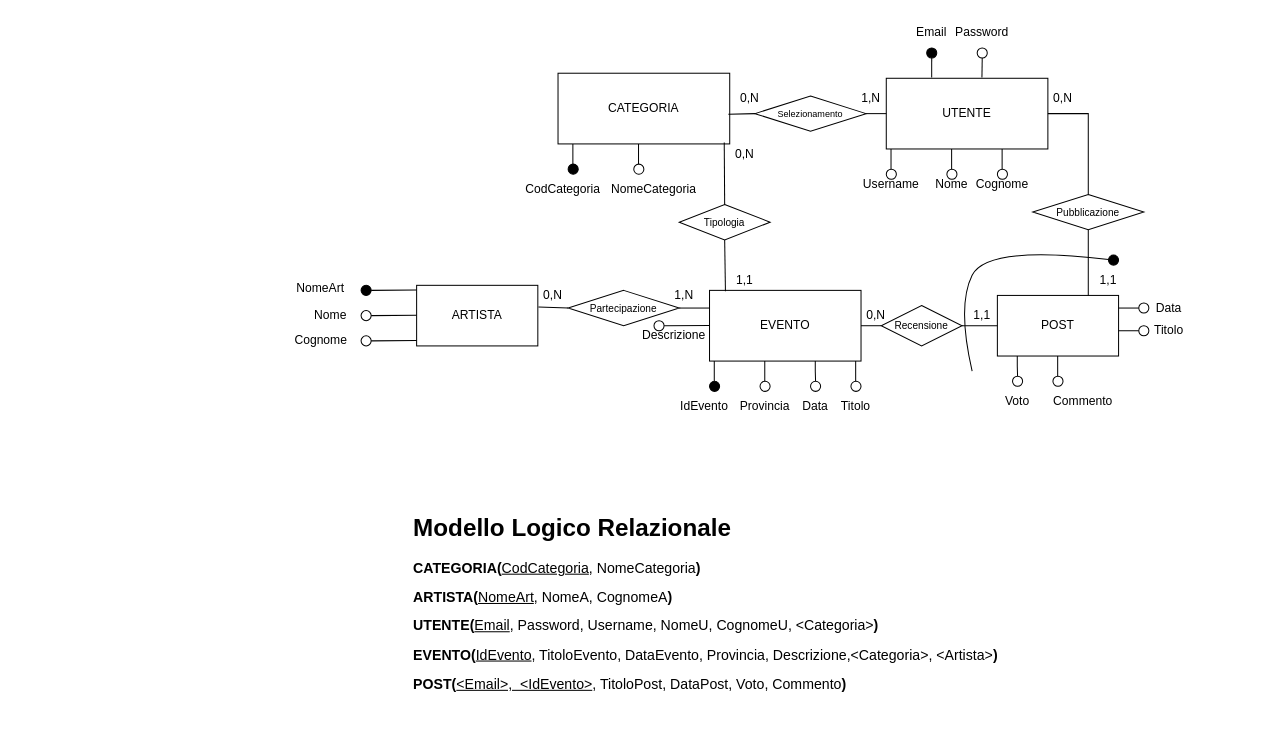
This is UDA_Pianificazione/er.drawio from sac11221/mercuriouda, a draw.io file, before an edit. Source tidied: cells renumbered, new cells numbered last; positions are measured from the earlier drawing's top-left corner, leaving out a move shared by most shapes. Both pictures are drawn from the tidied source at 101%, with x=0, y=0 at pixel (280, 17).
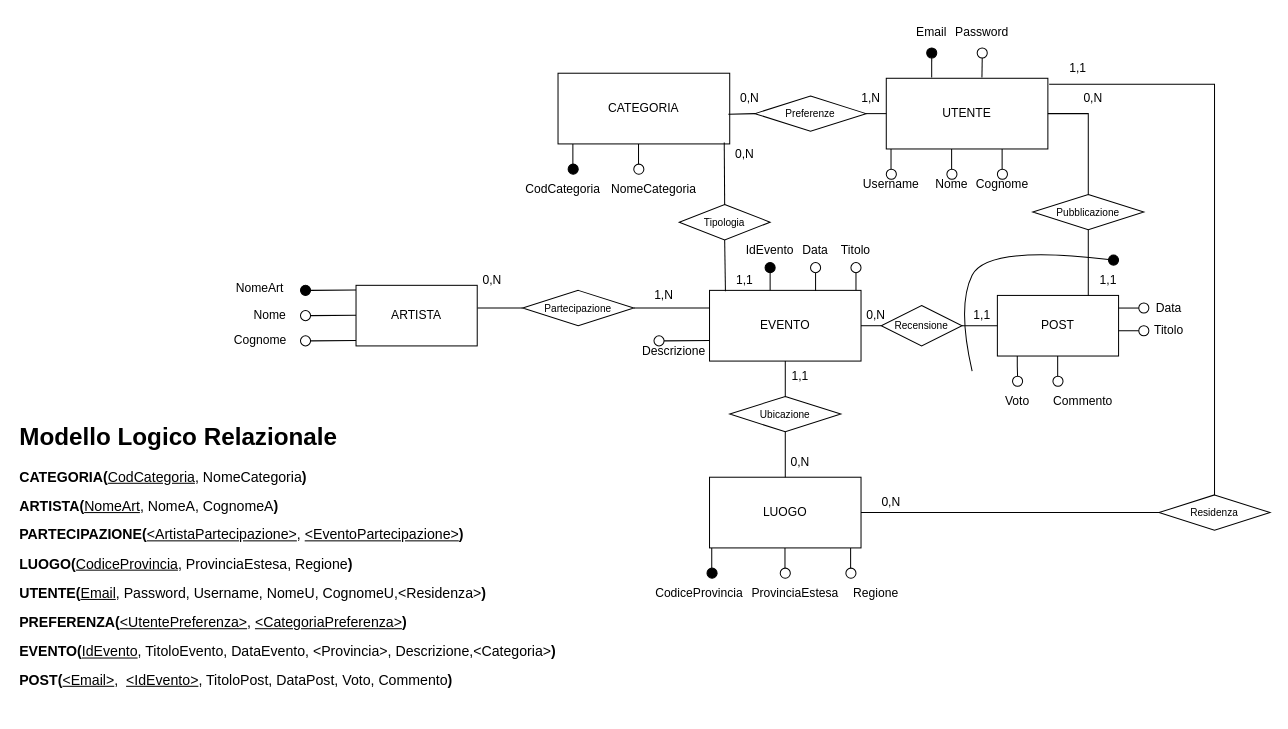
After the change.

Unchanged cells that the change refers to:
```xml
<mxCell id="2" value="EVENTO" style="whiteSpace=wrap;html=1;align=center;" parent="1" vertex="1">
  <mxGeometry x="425" y="270" width="150" height="70" as="geometry" />
</mxCell>
<mxCell id="19" value="UTENTE" style="rounded=0;whiteSpace=wrap;html=1;" parent="1" vertex="1">
  <mxGeometry x="600" y="60" width="160" height="70" as="geometry" />
</mxCell>
```

What changed in the source:
```diff
@@
-    <mxCell id="3" style="endArrow=none;html=1;rounded=0;" parent="1" edge="1">
-      <mxGeometry relative="1" as="geometry">
-        <mxPoint x="479.7" y="360" as="sourcePoint" />
-        <mxPoint x="479.7" y="340" as="targetPoint" />
-        <Array as="points">
-          <mxPoint x="479.7" y="350" />
-        </Array>
-      </mxGeometry>
-    </mxCell>
-    <mxCell id="4" style="ellipse;whiteSpace=wrap;html=1;" parent="1" vertex="1">
-      <mxGeometry x="475" y="360" width="10" height="10" as="geometry" />
-    </mxCell>
-    <mxCell id="5" value="Provincia" style="text;html=1;align=center;verticalAlign=middle;whiteSpace=wrap;rounded=0;" parent="1" vertex="1">
-      <mxGeometry x="450" y="370" width="60" height="30" as="geometry" />
-    </mxCell>
-    <mxCell id="6" style="endArrow=none;html=1;rounded=0;" parent="1" edge="1" source="7">
-      <mxGeometry relative="1" as="geometry">
-        <mxPoint x="529.7" y="340" as="targetPoint" />
-        <Array as="points">
-          <mxPoint x="529.7" y="350" />
-        </Array>
-      </mxGeometry>
+    <mxCell id="6" style="endArrow=none;html=1;rounded=0;entryX=0.7;entryY=0.009;entryDx=0;entryDy=0;entryPerimeter=0;" parent="1" edge="1" source="7" target="2">
+      <mxGeometry relative="1" as="geometry" />
     </mxCell>
     <mxCell id="7" style="ellipse;whiteSpace=wrap;html=1;" parent="1" vertex="1">
-      <mxGeometry x="525" y="360" width="10" height="10" as="geometry" />
+      <mxGeometry x="525" y="242.5" width="10" height="10" as="geometry" />
     </mxCell>
     <mxCell id="8" value="Data" style="text;html=1;align=center;verticalAlign=middle;whiteSpace=wrap;rounded=0;" parent="1" vertex="1">
-      <mxGeometry x="500" y="370" width="60" height="30" as="geometry" />
+      <mxGeometry x="500" y="215" width="60" height="30" as="geometry" />
     </mxCell>
     <mxCell id="9" style="endArrow=none;html=1;rounded=0;" parent="1" edge="1">
       <mxGeometry relative="1" as="geometry">
-        <mxPoint x="569.7" y="360" as="sourcePoint" />
-        <mxPoint x="569.7" y="340" as="targetPoint" />
+        <mxPoint x="570" y="270" as="sourcePoint" />
+        <mxPoint x="570" y="250" as="targetPoint" />
         <Array as="points">
-          <mxPoint x="569.7" y="350" />
+          <mxPoint x="570" y="260" />
         </Array>
       </mxGeometry>
     </mxCell>
     <mxCell id="10" style="ellipse;whiteSpace=wrap;html=1;" parent="1" vertex="1">
-      <mxGeometry x="565" y="360" width="10" height="10" as="geometry" />
+      <mxGeometry x="565" y="242.5" width="10" height="10" as="geometry" />
     </mxCell>
     <mxCell id="11" value="Titolo" style="text;html=1;align=center;verticalAlign=middle;whiteSpace=wrap;rounded=0;" parent="1" vertex="1">
-      <mxGeometry x="540" y="370" width="60" height="30" as="geometry" />
+      <mxGeometry x="540" y="215" width="60" height="30" as="geometry" />
     </mxCell>
@@
     <mxCell id="20" style="endArrow=none;html=1;rounded=0;" parent="1" edge="1">
       <mxGeometry relative="1" as="geometry">
-        <mxPoint x="429.7" y="360" as="sourcePoint" />
-        <mxPoint x="429.7" y="340" as="targetPoint" />
+        <mxPoint x="485" y="270" as="sourcePoint" />
+        <mxPoint x="485" y="250" as="targetPoint" />
         <Array as="points">
-          <mxPoint x="429.7" y="350" />
+          <mxPoint x="485" y="260" />
+          <mxPoint x="485" y="255" />
         </Array>
       </mxGeometry>
     </mxCell>
     <mxCell id="21" style="ellipse;whiteSpace=wrap;html=1;gradientColor=none;fillColor=#000000;" parent="1" vertex="1">
-      <mxGeometry x="425" y="360" width="10" height="10" as="geometry" />
+      <mxGeometry x="480" y="242.5" width="10" height="10" as="geometry" />
     </mxCell>
     <mxCell id="22" style="ellipse;whiteSpace=wrap;html=1;" parent="1" vertex="1">
-      <mxGeometry x="370" y="300" width="10" height="10" as="geometry" />
+      <mxGeometry x="370" y="315" width="10" height="10" as="geometry" />
     </mxCell>
     <mxCell id="23" style="endArrow=none;html=1;rounded=0;entryX=0;entryY=0.562;entryDx=0;entryDy=0;entryPerimeter=0;exitX=1;exitY=0.5;exitDx=0;exitDy=0;" parent="1" edge="1" source="22">
       <mxGeometry relative="1" as="geometry">
-        <mxPoint x="425" y="304.7" as="targetPoint" />
+        <mxPoint x="425" y="319.7" as="targetPoint" />
       </mxGeometry>
     </mxCell>
     <mxCell id="24" value="Descrizione" style="text;html=1;align=center;verticalAlign=middle;whiteSpace=wrap;rounded=0;" parent="1" vertex="1">
-      <mxGeometry x="360" y="300" width="60" height="30" as="geometry" />
+      <mxGeometry x="360" y="315" width="60" height="30" as="geometry" />
     </mxCell>
     <mxCell id="25" value="IdEvento" style="text;html=1;align=center;verticalAlign=middle;whiteSpace=wrap;rounded=0;" parent="1" vertex="1">
-      <mxGeometry x="390" y="370" width="60" height="30" as="geometry" />
+      <mxGeometry x="455" y="215" width="60" height="30" as="geometry" />
     </mxCell>
@@
     <mxCell id="48" value="ARTISTA" style="rounded=0;whiteSpace=wrap;html=1;" parent="1" vertex="1">
-      <mxGeometry x="135" y="265" width="120" height="60" as="geometry" />
+      <mxGeometry x="75" y="265" width="120" height="60" as="geometry" />
     </mxCell>
     <mxCell id="49" value="Nome" style="text;html=1;align=center;verticalAlign=middle;whiteSpace=wrap;rounded=0;" parent="1" vertex="1">
-      <mxGeometry x="20" y="280" width="60" height="30" as="geometry" />
+      <mxGeometry x="-40" y="280" width="60" height="30" as="geometry" />
     </mxCell>
     <mxCell id="50" value="Cognome" style="text;html=1;align=center;verticalAlign=middle;strokeColor=none;fillColor=none;" parent="1" vertex="1">
-      <mxGeometry y="305" width="80" height="30" as="geometry" />
+      <mxGeometry x="-60" y="305" width="80" height="30" as="geometry" />
     </mxCell>
     <mxCell id="51" value="NomeArt" style="text;html=1;align=center;verticalAlign=middle;whiteSpace=wrap;rounded=0;" parent="1" vertex="1">
-      <mxGeometry x="10" y="252.5" width="60" height="30" as="geometry" />
+      <mxGeometry x="-50" y="252.5" width="60" height="30" as="geometry" />
     </mxCell>
     <mxCell id="52" style="ellipse;whiteSpace=wrap;html=1;fillColor=#000000;" parent="1" vertex="1">
-      <mxGeometry x="80" y="265" width="10" height="10" as="geometry" />
+      <mxGeometry x="20" y="265" width="10" height="10" as="geometry" />
     </mxCell>
     <mxCell id="53" style="endArrow=none;html=1;rounded=0;entryX=0;entryY=0.562;entryDx=0;entryDy=0;entryPerimeter=0;exitX=1;exitY=0.5;exitDx=0;exitDy=0;" parent="1" edge="1" source="52">
       <mxGeometry relative="1" as="geometry">
-        <mxPoint x="135" y="269.7" as="targetPoint" />
+        <mxPoint x="75" y="269.7" as="targetPoint" />
       </mxGeometry>
     </mxCell>
     <mxCell id="54" style="ellipse;whiteSpace=wrap;html=1;" parent="1" vertex="1">
-      <mxGeometry x="80" y="290" width="10" height="10" as="geometry" />
+      <mxGeometry x="20" y="290" width="10" height="10" as="geometry" />
     </mxCell>
     <mxCell id="55" style="endArrow=none;html=1;rounded=0;entryX=0;entryY=0.562;entryDx=0;entryDy=0;entryPerimeter=0;exitX=1;exitY=0.5;exitDx=0;exitDy=0;" parent="1" edge="1" source="54">
       <mxGeometry relative="1" as="geometry">
-        <mxPoint x="135" y="294.7" as="targetPoint" />
+        <mxPoint x="75" y="294.7" as="targetPoint" />
       </mxGeometry>
     </mxCell>
     <mxCell id="56" style="ellipse;whiteSpace=wrap;html=1;" parent="1" vertex="1">
-      <mxGeometry x="80" y="315" width="10" height="10" as="geometry" />
+      <mxGeometry x="20" y="315" width="10" height="10" as="geometry" />
     </mxCell>
     <mxCell id="57" style="endArrow=none;html=1;rounded=0;entryX=0;entryY=0.562;entryDx=0;entryDy=0;entryPerimeter=0;exitX=1;exitY=0.5;exitDx=0;exitDy=0;" parent="1" edge="1" source="56">
       <mxGeometry relative="1" as="geometry">
-        <mxPoint x="135" y="319.7" as="targetPoint" />
+        <mxPoint x="75" y="319.7" as="targetPoint" />
       </mxGeometry>
     </mxCell>
     <mxCell id="58" value="Partecipazione" style="rhombus;whiteSpace=wrap;html=1;fontSize=10;" parent="1" vertex="1">
-      <mxGeometry x="285" y="270" width="110" height="35" as="geometry" />
+      <mxGeometry x="240" y="270" width="110" height="35" as="geometry" />
     </mxCell>
@@
-    <mxCell id="60" style="endArrow=none;html=1;rounded=0;exitX=0;exitY=0.5;exitDx=0;exitDy=0;entryX=1.005;entryY=0.357;entryDx=0;entryDy=0;entryPerimeter=0;" parent="1" edge="1" source="58" target="48">
+    <mxCell id="60" style="endArrow=none;html=1;rounded=0;exitX=0;exitY=0.5;exitDx=0;exitDy=0;entryX=1.003;entryY=0.376;entryDx=0;entryDy=0;entryPerimeter=0;" parent="1" edge="1" source="58" target="48">
       <mxGeometry relative="1" as="geometry" />
     </mxCell>
     <mxCell id="61" value="0,N" style="text;html=1;align=center;verticalAlign=middle;whiteSpace=wrap;rounded=0;" parent="1" vertex="1">
-      <mxGeometry x="240" y="260" width="60" height="30" as="geometry" />
+      <mxGeometry x="180" y="245" width="60" height="30" as="geometry" />
     </mxCell>
     <mxCell id="62" value="1,N" style="text;html=1;align=center;verticalAlign=middle;whiteSpace=wrap;rounded=0;" parent="1" vertex="1">
-      <mxGeometry x="370" y="260" width="60" height="30" as="geometry" />
+      <mxGeometry x="350" y="260" width="60" height="30" as="geometry" />
     </mxCell>
@@
-    <mxCell id="68" value="&lt;font style=&quot;font-size: 9px;&quot;&gt;Selezionamento&lt;/font&gt;" style="rhombus;whiteSpace=wrap;html=1;" parent="1" vertex="1">
+    <mxCell id="68" value="&lt;font size=&quot;1&quot;&gt;Preferenze&lt;/font&gt;" style="rhombus;whiteSpace=wrap;html=1;" parent="1" vertex="1">
       <mxGeometry x="470" y="77.5" width="110" height="35" as="geometry" />
     </mxCell>
@@
     <mxCell id="76" value="0,N" style="text;html=1;align=center;verticalAlign=middle;whiteSpace=wrap;rounded=0;" parent="1" vertex="1">
-      <mxGeometry x="745" y="65" width="60" height="30" as="geometry" />
+      <mxGeometry x="775" y="65" width="60" height="30" as="geometry" />
     </mxCell>
@@
-    <mxCell id="91" value="&lt;h1 style=&quot;margin-top: 0px;&quot;&gt;Modello Logico Relazionale&lt;/h1&gt;&lt;p&gt;&lt;font style=&quot;font-size: 14px;&quot;&gt;&lt;b&gt;CATEGORIA(&lt;/b&gt;&lt;u&gt;CodCategoria&lt;/u&gt;, NomeCategoria&lt;b&gt;)&lt;/b&gt;&lt;b&gt;&lt;/b&gt;&lt;/font&gt;&lt;/p&gt;&lt;p&gt;&lt;font style=&quot;font-size: 14px;&quot;&gt;&lt;b&gt;ARTISTA(&lt;/b&gt;&lt;u&gt;NomeArt&lt;/u&gt;, NomeA, CognomeA&lt;b&gt;)&lt;/b&gt;&lt;b&gt;&lt;/b&gt;&lt;/font&gt;&lt;/p&gt;&lt;p&gt;&lt;font style=&quot;font-size: 14px;&quot;&gt;&lt;b&gt;UTENTE(&lt;/b&gt;&lt;u&gt;Email&lt;/u&gt;, Password, Username, NomeU, CognomeU, &amp;lt;Categoria&amp;gt;&lt;b&gt;)&lt;/b&gt;&lt;/font&gt;&lt;/p&gt;&lt;p&gt;&lt;font style=&quot;font-size: 14px;&quot;&gt;&lt;b&gt;EVENTO(&lt;/b&gt;&lt;u&gt;IdEvento&lt;/u&gt;, TitoloEvento, DataEvento, Provincia, Descrizione,&amp;lt;Categoria&amp;gt;, &amp;lt;Artista&amp;gt;&lt;b&gt;)&lt;/b&gt;&lt;/font&gt;&lt;/p&gt;&lt;p&gt;&lt;font style=&quot;font-size: 14px;&quot;&gt;&lt;b&gt;POST(&lt;/b&gt;&lt;u&gt;&amp;lt;Email&amp;gt;,&amp;nbsp; &amp;lt;IdEvento&amp;gt;&lt;/u&gt;, TitoloPost, DataPost, Voto, Commento&lt;b&gt;)&lt;br&gt;&lt;/b&gt;&lt;/font&gt;&lt;/p&gt;&lt;p&gt;&lt;br&gt;&lt;/p&gt;&lt;p&gt;&lt;br&gt;&lt;/p&gt;" style="text;html=1;whiteSpace=wrap;overflow=hidden;rounded=0;" parent="1" vertex="1">
-      <mxGeometry x="130" y="485" width="630" height="200" as="geometry" />
+    <mxCell id="91" value="&lt;h1 style=&quot;margin-top: 0px;&quot;&gt;Modello Logico Relazionale&lt;/h1&gt;&lt;p&gt;&lt;font style=&quot;font-size: 14px;&quot;&gt;&lt;b&gt;CATEGORIA(&lt;/b&gt;&lt;u&gt;CodCategoria&lt;/u&gt;, NomeCategoria&lt;b&gt;)&lt;/b&gt;&lt;b&gt;&lt;/b&gt;&lt;/font&gt;&lt;/p&gt;&lt;p&gt;&lt;font style=&quot;font-size: 14px;&quot;&gt;&lt;b&gt;ARTISTA(&lt;/b&gt;&lt;u&gt;NomeArt&lt;/u&gt;, NomeA, CognomeA&lt;b&gt;)&lt;/b&gt;&lt;b&gt;&lt;/b&gt;&lt;/font&gt;&lt;/p&gt;&lt;p&gt;&lt;font style=&quot;font-size: 14px;&quot;&gt;&lt;b&gt;PARTECIPAZIONE(&lt;/b&gt;&lt;u&gt;&amp;lt;ArtistaPartecipazione&amp;gt;&lt;/u&gt;, &lt;u&gt;&amp;lt;EventoPartecipazione&amp;gt;&lt;/u&gt;&lt;/font&gt;&lt;b style=&quot;font-size: 14px; background-color: transparent; color: light-dark(rgb(0, 0, 0), rgb(255, 255, 255));&quot;&gt;)&lt;/b&gt;&lt;/p&gt;&lt;p&gt;&lt;b style=&quot;font-size: 14px;&quot;&gt;LUOGO(&lt;/b&gt;&lt;u style=&quot;font-size: 14px;&quot;&gt;CodiceProvincia&lt;/u&gt;&lt;span style=&quot;font-size: 14px;&quot;&gt;, ProvinciaEstesa, Regione&lt;/span&gt;&lt;b style=&quot;font-size: 14px;&quot;&gt;)&lt;/b&gt;&lt;b style=&quot;font-size: 14px; background-color: transparent; color: light-dark(rgb(0, 0, 0), rgb(255, 255, 255));&quot;&gt;&lt;/b&gt;&lt;/p&gt;&lt;p&gt;&lt;font style=&quot;font-size: 14px;&quot;&gt;&lt;b&gt;UTENTE(&lt;/b&gt;&lt;u&gt;Email&lt;/u&gt;, Password, Username, NomeU, CognomeU,&amp;lt;Residenza&amp;gt;&lt;b&gt;)&lt;/b&gt;&lt;/font&gt;&lt;/p&gt;&lt;p&gt;&lt;span style=&quot;font-size: 14px;&quot;&gt;&lt;b&gt;PREFERENZA(&lt;/b&gt;&lt;u&gt;&amp;lt;UtentePreferenza&amp;gt;&lt;/u&gt;, &lt;u&gt;&amp;lt;CategoriaPreferenza&amp;gt;&lt;/u&gt;&lt;b&gt;)&lt;/b&gt;&lt;/span&gt;&lt;/p&gt;&lt;p&gt;&lt;font style=&quot;font-size: 14px;&quot;&gt;&lt;b&gt;EVENTO(&lt;/b&gt;&lt;u&gt;IdEvento&lt;/u&gt;, TitoloEvento, DataEvento, &amp;lt;Provincia&amp;gt;, Descrizione,&amp;lt;Categoria&amp;gt;&lt;b&gt;)&lt;/b&gt;&lt;/font&gt;&lt;/p&gt;&lt;p&gt;&lt;font style=&quot;font-size: 14px;&quot;&gt;&lt;b&gt;POST(&lt;/b&gt;&lt;u&gt;&amp;lt;Email&amp;gt;&lt;/u&gt;,&amp;nbsp; &lt;u&gt;&amp;lt;IdEvento&amp;gt;&lt;/u&gt;, TitoloPost, DataPost, Voto, Commento&lt;b&gt;)&lt;br&gt;&lt;/b&gt;&lt;/font&gt;&lt;/p&gt;&lt;p&gt;&lt;br&gt;&lt;/p&gt;&lt;p&gt;&lt;br&gt;&lt;/p&gt;" style="text;html=1;whiteSpace=wrap;overflow=hidden;rounded=0;" parent="1" vertex="1">
+      <mxGeometry x="-260" y="395" width="630" height="290" as="geometry" />
     </mxCell>
+    <mxCell id="92" value="LUOGO" style="whiteSpace=wrap;html=1;align=center;" parent="1" vertex="1">
+      <mxGeometry x="425" y="455" width="150" height="70" as="geometry" />
+    </mxCell>
+    <mxCell id="93" value="Ubicazione" style="rhombus;whiteSpace=wrap;html=1;fontSize=10;" parent="1" vertex="1">
+      <mxGeometry x="445" y="375" width="110" height="35" as="geometry" />
+    </mxCell>
+    <mxCell id="94" style="endArrow=none;html=1;rounded=0;entryX=0.5;entryY=0;entryDx=0;entryDy=0;exitX=0.5;exitY=1;exitDx=0;exitDy=0;" parent="1" edge="1" source="93" target="92">
+      <mxGeometry relative="1" as="geometry" />
+    </mxCell>
+    <mxCell id="95" style="endArrow=none;html=1;rounded=0;entryX=0.5;entryY=0;entryDx=0;entryDy=0;" parent="1" edge="1" source="2" target="93">
+      <mxGeometry relative="1" as="geometry" />
+    </mxCell>
+    <mxCell id="96" style="endArrow=none;html=1;rounded=0;" parent="1" edge="1">
+      <mxGeometry relative="1" as="geometry">
+        <mxPoint x="427.2" y="545" as="sourcePoint" />
+        <mxPoint x="427.2" y="525" as="targetPoint" />
+        <Array as="points">
+          <mxPoint x="427.2" y="535" />
+        </Array>
+      </mxGeometry>
+    </mxCell>
+    <mxCell id="97" style="ellipse;whiteSpace=wrap;html=1;gradientColor=none;fillColor=#000000;" parent="1" vertex="1">
+      <mxGeometry x="422.5" y="545" width="10" height="10" as="geometry" />
+    </mxCell>
+    <mxCell id="98" style="endArrow=none;html=1;rounded=0;" parent="1" edge="1">
+      <mxGeometry relative="1" as="geometry">
+        <mxPoint x="499.7" y="545" as="sourcePoint" />
+        <mxPoint x="499.7" y="525" as="targetPoint" />
+        <Array as="points">
+          <mxPoint x="499.7" y="535" />
+        </Array>
+      </mxGeometry>
+    </mxCell>
+    <mxCell id="99" style="ellipse;whiteSpace=wrap;html=1;" parent="1" vertex="1">
+      <mxGeometry x="495" y="545" width="10" height="10" as="geometry" />
+    </mxCell>
+    <mxCell id="100" style="endArrow=none;html=1;rounded=0;" parent="1" edge="1">
+      <mxGeometry relative="1" as="geometry">
+        <mxPoint x="564.7" y="545" as="sourcePoint" />
+        <mxPoint x="564.7" y="525" as="targetPoint" />
+        <Array as="points">
+          <mxPoint x="564.7" y="535" />
+        </Array>
+      </mxGeometry>
+    </mxCell>
+    <mxCell id="101" style="ellipse;whiteSpace=wrap;html=1;" parent="1" vertex="1">
+      <mxGeometry x="560" y="545" width="10" height="10" as="geometry" />
+    </mxCell>
+    <mxCell id="102" value="CodiceProvincia" style="text;html=1;align=center;verticalAlign=middle;whiteSpace=wrap;rounded=0;" parent="1" vertex="1">
+      <mxGeometry x="385" y="555" width="60" height="30" as="geometry" />
+    </mxCell>
+    <mxCell id="103" value="ProvinciaEstesa" style="text;html=1;align=center;verticalAlign=middle;whiteSpace=wrap;rounded=0;" parent="1" vertex="1">
+      <mxGeometry x="480" y="555" width="60" height="30" as="geometry" />
+    </mxCell>
+    <mxCell id="104" value="Regione" style="text;html=1;align=center;verticalAlign=middle;whiteSpace=wrap;rounded=0;" parent="1" vertex="1">
+      <mxGeometry x="560" y="555" width="60" height="30" as="geometry" />
+    </mxCell>
+    <mxCell id="105" value="0,N" style="text;html=1;align=center;verticalAlign=middle;whiteSpace=wrap;rounded=0;" parent="1" vertex="1">
+      <mxGeometry x="485" y="425" width="60" height="30" as="geometry" />
+    </mxCell>
+    <mxCell id="106" value="1,1" style="text;html=1;align=center;verticalAlign=middle;whiteSpace=wrap;rounded=0;" parent="1" vertex="1">
+      <mxGeometry x="485" y="340" width="60" height="30" as="geometry" />
+    </mxCell>
+    <mxCell id="107" value="Residenza" style="rhombus;whiteSpace=wrap;html=1;fontSize=10;" parent="1" vertex="1">
+      <mxGeometry x="870" y="472.5" width="110" height="35" as="geometry" />
+    </mxCell>
+    <mxCell id="108" style="endArrow=none;html=1;rounded=0;exitX=0.5;exitY=0;exitDx=0;exitDy=0;entryX=1.008;entryY=0.084;entryDx=0;entryDy=0;entryPerimeter=0;" parent="1" edge="1" source="107" target="19">
+      <mxGeometry relative="1" as="geometry">
+        <Array as="points">
+          <mxPoint x="925" y="66" />
+        </Array>
+      </mxGeometry>
+    </mxCell>
+    <mxCell id="109" style="endArrow=none;html=1;rounded=0;exitX=0;exitY=0.5;exitDx=0;exitDy=0;entryX=1;entryY=0.5;entryDx=0;entryDy=0;" parent="1" edge="1" source="107" target="92">
+      <mxGeometry relative="1" as="geometry" />
+    </mxCell>
+    <mxCell id="110" value="1,1" style="text;html=1;align=center;verticalAlign=middle;whiteSpace=wrap;rounded=0;" parent="1" vertex="1">
+      <mxGeometry x="760" y="35" width="60" height="30" as="geometry" />
+    </mxCell>
+    <mxCell id="111" value="0,N" style="text;html=1;align=center;verticalAlign=middle;whiteSpace=wrap;rounded=0;" parent="1" vertex="1">
+      <mxGeometry x="575" y="465" width="60" height="30" as="geometry" />
+    </mxCell>
```
